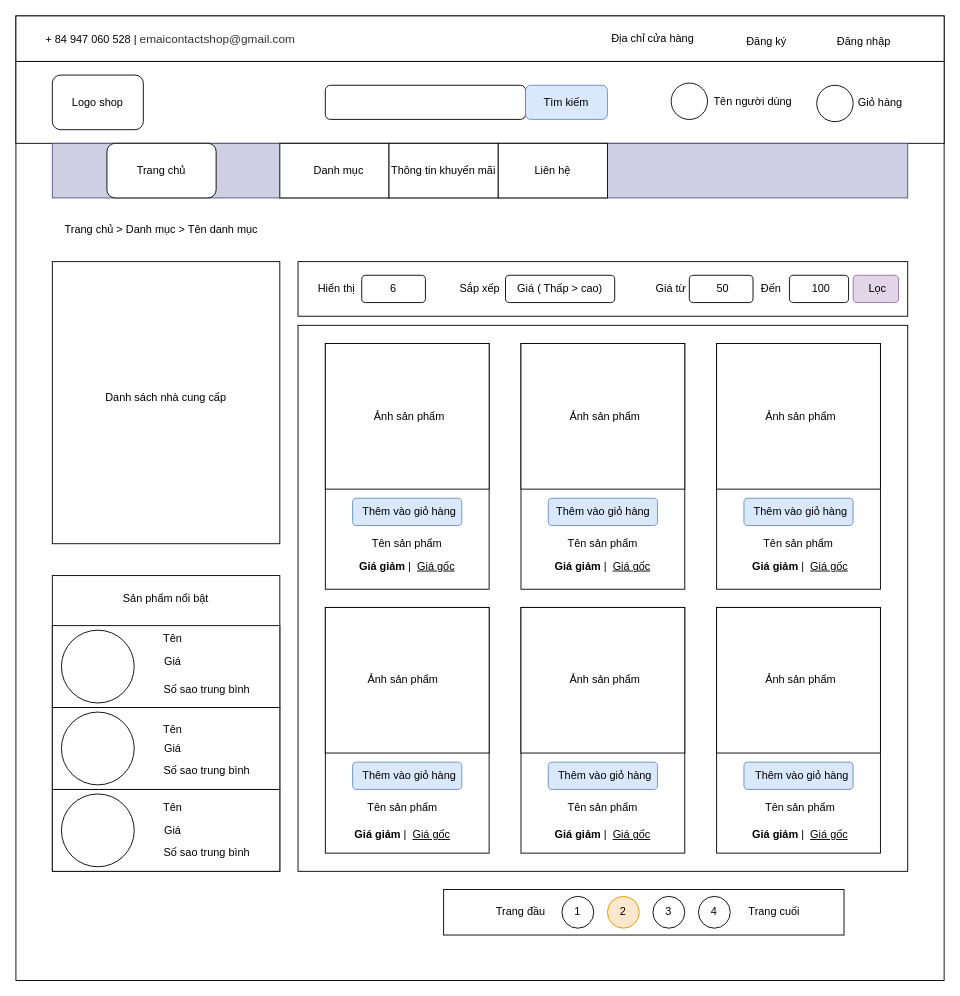
The draw.io diagram mockup-fe/category-mockup (2).drawio in nguyenphamvan/datn_20202, before the edit. Source tidied: cells renumbered, new cells numbered last; positions are measured from the earlier drawing's top-left corner, leaving out a move shared by most shapes. Both pictures are drawn from the tidied source at 91%, with x=0, y=0 at pixel (15, 15).
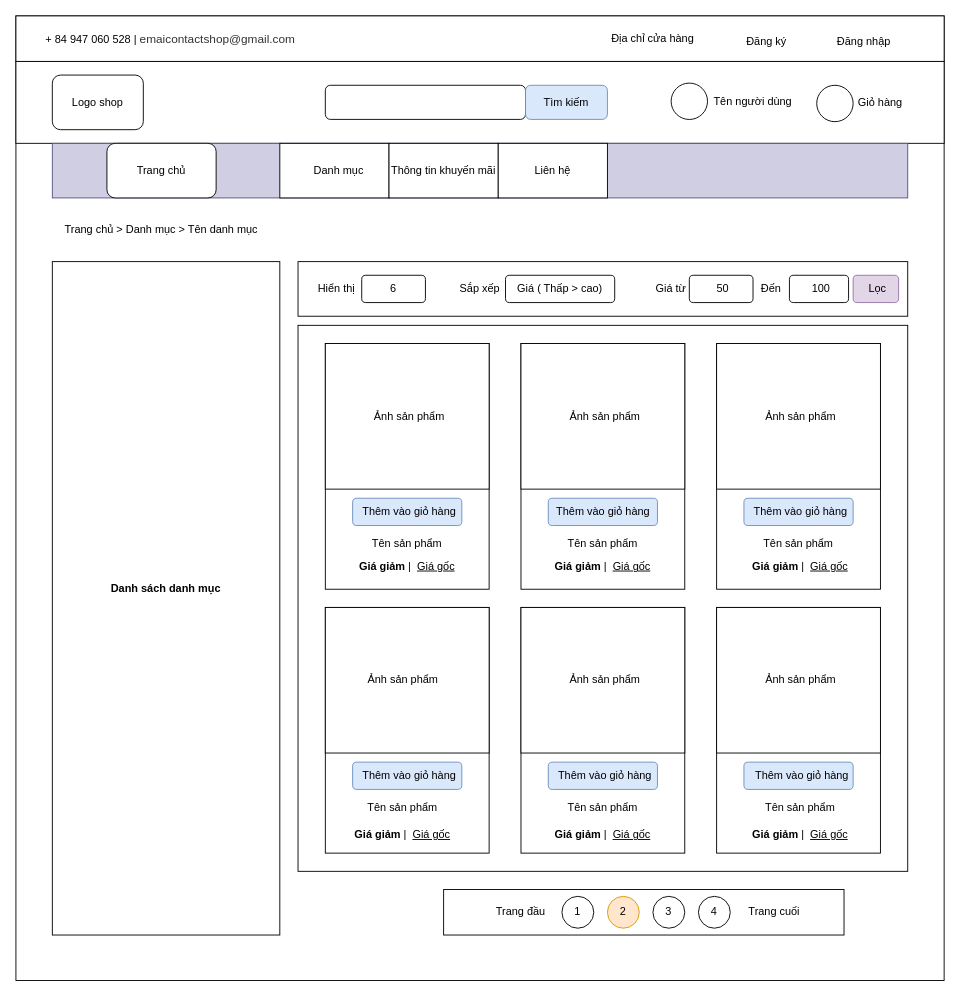
Above is the later version.

Change to the diagram source:
```diff
@@
     <mxCell id="27" style="rounded=0;whiteSpace=wrap;html=1;" parent="1" vertex="1">
-      <mxGeometry x="40" y="270" width="250" height="310" as="geometry" />
+      <mxGeometry x="40" y="270" width="250" height="740" as="geometry" />
     </mxCell>
@@
-    <mxCell id="29" value="Danh sách nhà cung cấp" style="text;html=1;strokeColor=none;fillColor=none;align=center;verticalAlign=middle;whiteSpace=wrap;rounded=0;" parent="1" vertex="1">
-      <mxGeometry x="90" y="410" width="150" height="20" as="geometry" />
+    <mxCell id="29" value="&lt;b&gt;Danh sách danh mục&lt;/b&gt;" style="text;html=1;strokeColor=none;fillColor=none;align=center;verticalAlign=middle;whiteSpace=wrap;rounded=0;" parent="1" vertex="1">
+      <mxGeometry x="90" y="620" width="150" height="20" as="geometry" />
     </mxCell>
@@
-    <mxCell id="50" style="rounded=0;whiteSpace=wrap;html=1;" parent="1" vertex="1">
-      <mxGeometry x="40" y="615" width="250" height="325" as="geometry" />
-    </mxCell>
-    <mxCell id="51" value="Sản phẩm nổi bật" style="text;html=1;strokeColor=none;fillColor=none;align=center;verticalAlign=middle;whiteSpace=wrap;rounded=0;" parent="1" vertex="1">
-      <mxGeometry x="105" y="630" width="120" height="20" as="geometry" />
-    </mxCell>
@@
-    <mxCell id="88" style="rounded=0;whiteSpace=wrap;html=1;" parent="1" vertex="1">
-      <mxGeometry x="40" y="670" width="250" height="90" as="geometry" />
-    </mxCell>
-    <mxCell id="89" style="ellipse;whiteSpace=wrap;html=1;" parent="1" vertex="1">
-      <mxGeometry x="50" y="675" width="80" height="80" as="geometry" />
-    </mxCell>
-    <mxCell id="90" value="Tên" style="text;html=1;strokeColor=none;fillColor=none;align=center;verticalAlign=middle;whiteSpace=wrap;rounded=0;" parent="1" vertex="1">
-      <mxGeometry x="135" y="675" width="75" height="20" as="geometry" />
-    </mxCell>
-    <mxCell id="91" value="Giá" style="text;html=1;strokeColor=none;fillColor=none;align=center;verticalAlign=middle;whiteSpace=wrap;rounded=0;" parent="1" vertex="1">
-      <mxGeometry x="146.2" y="700" width="52.5" height="20" as="geometry" />
-    </mxCell>
-    <mxCell id="92" value="Số sao trung bình" style="text;html=1;strokeColor=none;fillColor=none;align=center;verticalAlign=middle;whiteSpace=wrap;rounded=0;" parent="1" vertex="1">
-      <mxGeometry x="160" y="730" width="100" height="20" as="geometry" />
-    </mxCell>
-    <mxCell id="93" style="rounded=0;whiteSpace=wrap;html=1;" parent="1" vertex="1">
-      <mxGeometry x="40" y="760" width="250" height="90" as="geometry" />
-    </mxCell>
-    <mxCell id="94" style="rounded=0;whiteSpace=wrap;html=1;" parent="1" vertex="1">
-      <mxGeometry x="40" y="850" width="250" height="90" as="geometry" />
-    </mxCell>
-    <mxCell id="95" style="ellipse;whiteSpace=wrap;html=1;" parent="1" vertex="1">
-      <mxGeometry x="50" y="765" width="80" height="80" as="geometry" />
-    </mxCell>
-    <mxCell id="96" style="ellipse;whiteSpace=wrap;html=1;" parent="1" vertex="1">
-      <mxGeometry x="50" y="855" width="80" height="80" as="geometry" />
-    </mxCell>
-    <mxCell id="97" value="Tên" style="text;html=1;strokeColor=none;fillColor=none;align=center;verticalAlign=middle;whiteSpace=wrap;rounded=0;" parent="1" vertex="1">
-      <mxGeometry x="135" y="775" width="75" height="20" as="geometry" />
-    </mxCell>
-    <mxCell id="98" value="Giá" style="text;html=1;strokeColor=none;fillColor=none;align=center;verticalAlign=middle;whiteSpace=wrap;rounded=0;" parent="1" vertex="1">
-      <mxGeometry x="146.2" y="795" width="52.5" height="20" as="geometry" />
-    </mxCell>
-    <mxCell id="99" value="Số sao trung bình" style="text;html=1;strokeColor=none;fillColor=none;align=center;verticalAlign=middle;whiteSpace=wrap;rounded=0;" parent="1" vertex="1">
-      <mxGeometry x="160" y="820" width="100" height="20" as="geometry" />
-    </mxCell>
-    <mxCell id="100" value="Số sao trung bình" style="text;html=1;strokeColor=none;fillColor=none;align=center;verticalAlign=middle;whiteSpace=wrap;rounded=0;" parent="1" vertex="1">
-      <mxGeometry x="160" y="910" width="100" height="20" as="geometry" />
-    </mxCell>
-    <mxCell id="101" value="Tên" style="text;html=1;strokeColor=none;fillColor=none;align=center;verticalAlign=middle;whiteSpace=wrap;rounded=0;" parent="1" vertex="1">
-      <mxGeometry x="135" y="860" width="75" height="20" as="geometry" />
-    </mxCell>
-    <mxCell id="102" value="Giá" style="text;html=1;strokeColor=none;fillColor=none;align=center;verticalAlign=middle;whiteSpace=wrap;rounded=0;" parent="1" vertex="1">
-      <mxGeometry x="146.2" y="885" width="52.5" height="20" as="geometry" />
-    </mxCell>
```
